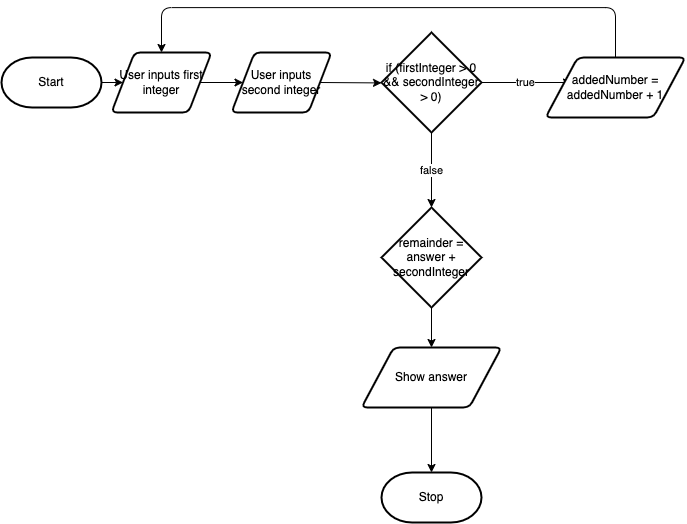
Above: design/flowchart.png in joannesanthosh/ICS20-Unit-5-08-HTML (draw.io), before the change. Source tidied: cells renumbered, new cells last; positions are measured from the earlier drawing's top-left corner, leaving out a move shared by most shapes.
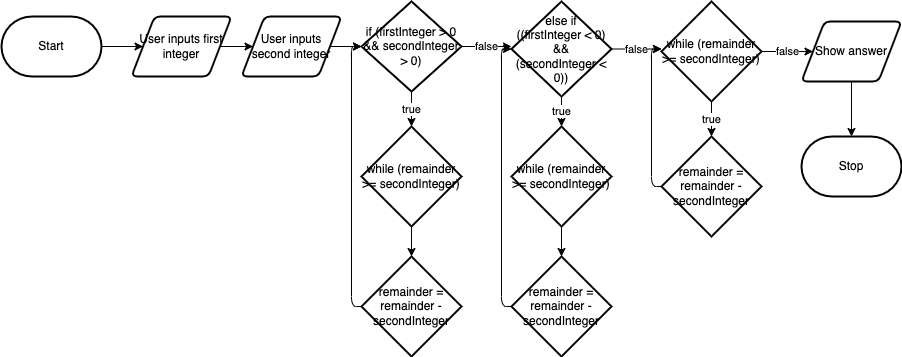
Above is the later version.

The edit, as a diff of the source:
```diff
@@ -2,64 +2,99 @@
   <root>
     <mxCell id="0" />
     <mxCell id="1" parent="0" />
-    <mxCell id="2" style="edgeStyle=none;html=1;exitX=1;exitY=0.5;exitDx=0;exitDy=0;exitPerimeter=0;entryX=0;entryY=0.5;entryDx=0;entryDy=0;" parent="1" edge="1" source="3" target="8">
-      <mxGeometry relative="1" as="geometry" />
-    </mxCell>
-    <mxCell id="3" value="Start" style="strokeWidth=2;html=1;shape=mxgraph.flowchart.terminator;whiteSpace=wrap;" parent="1" vertex="1">
-      <mxGeometry y="50" width="100" height="50" as="geometry" />
-    </mxCell>
-    <mxCell id="4" value="true" style="edgeStyle=none;html=1;exitX=1;exitY=0.5;exitDx=0;exitDy=0;exitPerimeter=0;entryX=0;entryY=0.5;entryDx=0;entryDy=0;entryPerimeter=0;" parent="1" edge="1" source="6">
-      <mxGeometry relative="1" as="geometry">
-        <mxPoint x="570" y="75" as="targetPoint" />
-      </mxGeometry>
-    </mxCell>
-    <mxCell id="5" value="false" style="edgeStyle=none;html=1;exitX=0.5;exitY=1;exitDx=0;exitDy=0;exitPerimeter=0;entryX=0.5;entryY=0;entryDx=0;entryDy=0;" parent="1" edge="1" source="6">
-      <mxGeometry relative="1" as="geometry">
-        <mxPoint x="430" y="200" as="targetPoint" />
-      </mxGeometry>
-    </mxCell>
-    <mxCell id="6" value="if (firstInteger &amp;gt; 0 &amp;amp;&amp;amp; secondInteger &amp;gt; 0)" style="strokeWidth=2;html=1;shape=mxgraph.flowchart.decision;whiteSpace=wrap;" parent="1" vertex="1">
-      <mxGeometry x="380" y="25" width="100" height="100" as="geometry" />
-    </mxCell>
+    <mxCell id="18" style="edgeStyle=none;html=1;exitX=1;exitY=0.5;exitDx=0;exitDy=0;exitPerimeter=0;entryX=0;entryY=0.5;entryDx=0;entryDy=0;" parent="1" edge="1" source="13" target="8">
+      <mxGeometry relative="1" as="geometry" />
+    </mxCell>
+    <mxCell id="13" value="Start" style="strokeWidth=2;html=1;shape=mxgraph.flowchart.terminator;whiteSpace=wrap;" parent="1" vertex="1">
+      <mxGeometry x="220" y="190" width="100" height="60" as="geometry" />
+    </mxCell>
     <mxCell id="7" style="edgeStyle=none;html=1;exitX=1;exitY=0.5;exitDx=0;exitDy=0;entryX=0;entryY=0.5;entryDx=0;entryDy=0;" parent="1" edge="1" source="8" target="10">
       <mxGeometry relative="1" as="geometry" />
     </mxCell>
     <mxCell id="8" value="User inputs first integer" style="shape=parallelogram;html=1;strokeWidth=2;perimeter=parallelogramPerimeter;whiteSpace=wrap;rounded=1;arcSize=12;size=0.23;" parent="1" vertex="1">
-      <mxGeometry x="110" y="45" width="100" height="60" as="geometry" />
+      <mxGeometry x="350" y="190" width="100" height="60" as="geometry" />
     </mxCell>
-    <mxCell id="9" style="edgeStyle=none;html=1;exitX=1;exitY=0.5;exitDx=0;exitDy=0;" parent="1" edge="1" source="10">
-      <mxGeometry relative="1" as="geometry">
-        <mxPoint x="380" y="75.4" as="targetPoint" />
-      </mxGeometry>
-    </mxCell>
+    <mxCell id="19" style="edgeStyle=none;html=1;exitX=1;exitY=0.5;exitDx=0;exitDy=0;entryX=0;entryY=0.5;entryDx=0;entryDy=0;entryPerimeter=0;" parent="1" edge="1" source="10" target="6">
+      <mxGeometry relative="1" as="geometry" />
+    </mxCell>
     <mxCell id="10" value="User inputs second integer" style="shape=parallelogram;html=1;strokeWidth=2;perimeter=parallelogramPerimeter;whiteSpace=wrap;rounded=1;arcSize=12;size=0.23;" parent="1" vertex="1">
-      <mxGeometry x="230" y="45" width="100" height="60" as="geometry" />
+      <mxGeometry x="460" y="190" width="100" height="60" as="geometry" />
     </mxCell>
-    <mxCell id="11" style="edgeStyle=orthogonalEdgeStyle;html=1;exitX=0.5;exitY=1;exitDx=0;exitDy=0;exitPerimeter=0;entryX=0.5;entryY=0;entryDx=0;entryDy=0;" parent="1" edge="1" source="12" target="16">
-      <mxGeometry relative="1" as="geometry" />
-    </mxCell>
-    <mxCell id="12" value="remainder = answer + secondInteger" style="strokeWidth=2;html=1;shape=mxgraph.flowchart.decision;whiteSpace=wrap;" parent="1" vertex="1">
-      <mxGeometry x="380" y="200" width="100" height="100" as="geometry" />
-    </mxCell>
-    <mxCell id="13" style="edgeStyle=orthogonalEdgeStyle;html=1;exitX=0.5;exitY=0;exitDx=0;exitDy=0;entryX=0.5;entryY=0;entryDx=0;entryDy=0;" parent="1" edge="1" source="14" target="8">
-      <mxGeometry relative="1" as="geometry">
-        <Array as="points">
-          <mxPoint x="614" />
-          <mxPoint x="160" />
-        </Array>
-      </mxGeometry>
-    </mxCell>
-    <mxCell id="14" value="addedNumber = addedNumber + 1" style="shape=parallelogram;html=1;strokeWidth=2;perimeter=parallelogramPerimeter;whiteSpace=wrap;rounded=1;arcSize=12;size=0.23;" parent="1" vertex="1">
-      <mxGeometry x="544" y="50" width="140" height="60" as="geometry" />
-    </mxCell>
+    <mxCell id="20" value="true" style="edgeStyle=none;html=1;exitX=0.5;exitY=1;exitDx=0;exitDy=0;exitPerimeter=0;entryX=0.5;entryY=0;entryDx=0;entryDy=0;entryPerimeter=0;" parent="1" edge="1" source="6" target="23">
+      <mxGeometry relative="1" as="geometry" />
+    </mxCell>
+    <mxCell id="21" value="false" style="edgeStyle=orthogonalEdgeStyle;html=1;exitX=1;exitY=0.5;exitDx=0;exitDy=0;exitPerimeter=0;" parent="1" edge="1" source="6">
+      <mxGeometry relative="1" as="geometry">
+        <mxPoint x="730" y="220" as="targetPoint" />
+      </mxGeometry>
+    </mxCell>
+    <mxCell id="6" value="if (firstInteger &amp;gt; 0 &amp;amp;&amp;amp; secondInteger &amp;gt; 0)" style="strokeWidth=2;html=1;shape=mxgraph.flowchart.decision;whiteSpace=wrap;" parent="1" vertex="1">
+      <mxGeometry x="580" y="175" width="100" height="90" as="geometry" />
+    </mxCell>
+    <mxCell id="22" style="edgeStyle=orthogonalEdgeStyle;html=1;exitX=0.5;exitY=1;exitDx=0;exitDy=0;exitPerimeter=0;entryX=0.5;entryY=0;entryDx=0;entryDy=0;entryPerimeter=0;" parent="1" edge="1" source="23" target="25">
+      <mxGeometry relative="1" as="geometry" />
+    </mxCell>
+    <mxCell id="23" value="while (remainder &amp;gt;= secondInteger)" style="strokeWidth=2;html=1;shape=mxgraph.flowchart.decision;whiteSpace=wrap;" parent="1" vertex="1">
+      <mxGeometry x="580" y="300" width="100" height="100" as="geometry" />
+    </mxCell>
+    <mxCell id="24" style="edgeStyle=orthogonalEdgeStyle;html=1;exitX=0;exitY=0.5;exitDx=0;exitDy=0;exitPerimeter=0;entryX=0;entryY=0.5;entryDx=0;entryDy=0;entryPerimeter=0;" parent="1" edge="1" source="25" target="6">
+      <mxGeometry relative="1" as="geometry" />
+    </mxCell>
+    <mxCell id="25" value="remainder = remainder - secondInteger" style="strokeWidth=2;html=1;shape=mxgraph.flowchart.decision;whiteSpace=wrap;" parent="1" vertex="1">
+      <mxGeometry x="580" y="430" width="100" height="100" as="geometry" />
+    </mxCell>
+    <mxCell id="26" value="true" style="edgeStyle=none;html=1;exitX=0.5;exitY=1;exitDx=0;exitDy=0;exitPerimeter=0;entryX=0.5;entryY=0;entryDx=0;entryDy=0;entryPerimeter=0;" parent="1" edge="1" source="28" target="30">
+      <mxGeometry relative="1" as="geometry" />
+    </mxCell>
+    <mxCell id="27" value="false" style="edgeStyle=orthogonalEdgeStyle;html=1;exitX=1;exitY=0.5;exitDx=0;exitDy=0;exitPerimeter=0;entryX=0;entryY=0.5;entryDx=0;entryDy=0;entryPerimeter=0;" parent="1" edge="1" source="28">
+      <mxGeometry relative="1" as="geometry">
+        <mxPoint x="880" y="222.5" as="targetPoint" />
+      </mxGeometry>
+    </mxCell>
+    <mxCell id="28" value="else if ((firstInteger &lt; 0) &amp;&amp; (secondInteger &lt; 0))" style="strokeWidth=2;html=1;shape=mxgraph.flowchart.decision;whiteSpace=wrap;" parent="1" vertex="1">
+      <mxGeometry x="730" y="175" width="100" height="95" as="geometry" />
+    </mxCell>
+    <mxCell id="29" style="edgeStyle=orthogonalEdgeStyle;html=1;exitX=0.5;exitY=1;exitDx=0;exitDy=0;exitPerimeter=0;entryX=0.5;entryY=0;entryDx=0;entryDy=0;entryPerimeter=0;" parent="1" edge="1" source="30" target="32">
+      <mxGeometry relative="1" as="geometry" />
+    </mxCell>
+    <mxCell id="30" value="while (remainder &amp;gt;= secondInteger)" style="strokeWidth=2;html=1;shape=mxgraph.flowchart.decision;whiteSpace=wrap;" parent="1" vertex="1">
+      <mxGeometry x="730" y="300" width="100" height="100" as="geometry" />
+    </mxCell>
+    <mxCell id="31" style="edgeStyle=orthogonalEdgeStyle;html=1;exitX=0;exitY=0.5;exitDx=0;exitDy=0;exitPerimeter=0;entryX=0;entryY=0.5;entryDx=0;entryDy=0;entryPerimeter=0;" parent="1" edge="1" source="32" target="28">
+      <mxGeometry relative="1" as="geometry" />
+    </mxCell>
+    <mxCell id="32" value="remainder = remainder - secondInteger" style="strokeWidth=2;html=1;shape=mxgraph.flowchart.decision;whiteSpace=wrap;" parent="1" vertex="1">
+      <mxGeometry x="730" y="430" width="100" height="100" as="geometry" />
+    </mxCell>
+    <mxCell id="33" value="true" style="edgeStyle=orthogonalEdgeStyle;html=1;exitX=0.5;exitY=1;exitDx=0;exitDy=0;exitPerimeter=0;entryX=0.5;entryY=0;entryDx=0;entryDy=0;entryPerimeter=0;" parent="1" edge="1" source="35" target="37">
+      <mxGeometry relative="1" as="geometry" />
+    </mxCell>
+    <mxCell id="34" value="false" style="edgeStyle=orthogonalEdgeStyle;html=1;exitX=1;exitY=0.5;exitDx=0;exitDy=0;exitPerimeter=0;entryX=0;entryY=0.5;entryDx=0;entryDy=0;" parent="1" edge="1" source="35" target="16">
+      <mxGeometry relative="1" as="geometry" />
+    </mxCell>
+    <mxCell id="35" value="while (remainder &amp;gt;= secondInteger)" style="strokeWidth=2;html=1;shape=mxgraph.flowchart.decision;whiteSpace=wrap;" parent="1" vertex="1">
+      <mxGeometry x="880" y="175" width="100" height="100" as="geometry" />
+    </mxCell>
+    <mxCell id="36" style="edgeStyle=orthogonalEdgeStyle;html=1;exitX=0;exitY=0.5;exitDx=0;exitDy=0;exitPerimeter=0;entryX=0;entryY=0.5;entryDx=0;entryDy=0;entryPerimeter=0;" parent="1" edge="1" source="37">
+      <mxGeometry relative="1" as="geometry">
+        <mxPoint x="880" y="222.5" as="targetPoint" />
+        <Array as="points">
+          <mxPoint x="870" y="360" />
+          <mxPoint x="870" y="223" />
+        </Array>
+      </mxGeometry>
+    </mxCell>
+    <mxCell id="37" value="remainder = remainder - secondInteger" style="strokeWidth=2;html=1;shape=mxgraph.flowchart.decision;whiteSpace=wrap;" parent="1" vertex="1">
+      <mxGeometry x="880" y="310" width="100" height="100" as="geometry" />
+    </mxCell>
     <mxCell id="15" style="edgeStyle=orthogonalEdgeStyle;html=1;exitX=0.5;exitY=1;exitDx=0;exitDy=0;entryX=0.5;entryY=0;entryDx=0;entryDy=0;entryPerimeter=0;" parent="1" edge="1" source="16" target="17">
       <mxGeometry relative="1" as="geometry" />
     </mxCell>
     <mxCell id="16" value="Show answer" style="shape=parallelogram;html=1;strokeWidth=2;perimeter=parallelogramPerimeter;whiteSpace=wrap;rounded=1;arcSize=12;size=0.23;" parent="1" vertex="1">
-      <mxGeometry x="360" y="340" width="140" height="60" as="geometry" />
+      <mxGeometry x="1020" y="195" width="100" height="60" as="geometry" />
     </mxCell>
     <mxCell id="17" value="Stop" style="strokeWidth=2;html=1;shape=mxgraph.flowchart.terminator;whiteSpace=wrap;" parent="1" vertex="1">
-      <mxGeometry x="380" y="465" width="100" height="50" as="geometry" />
+      <mxGeometry x="1020" y="310" width="100" height="60" as="geometry" />
     </mxCell>
   </root>
 </mxGraphModel>
```
